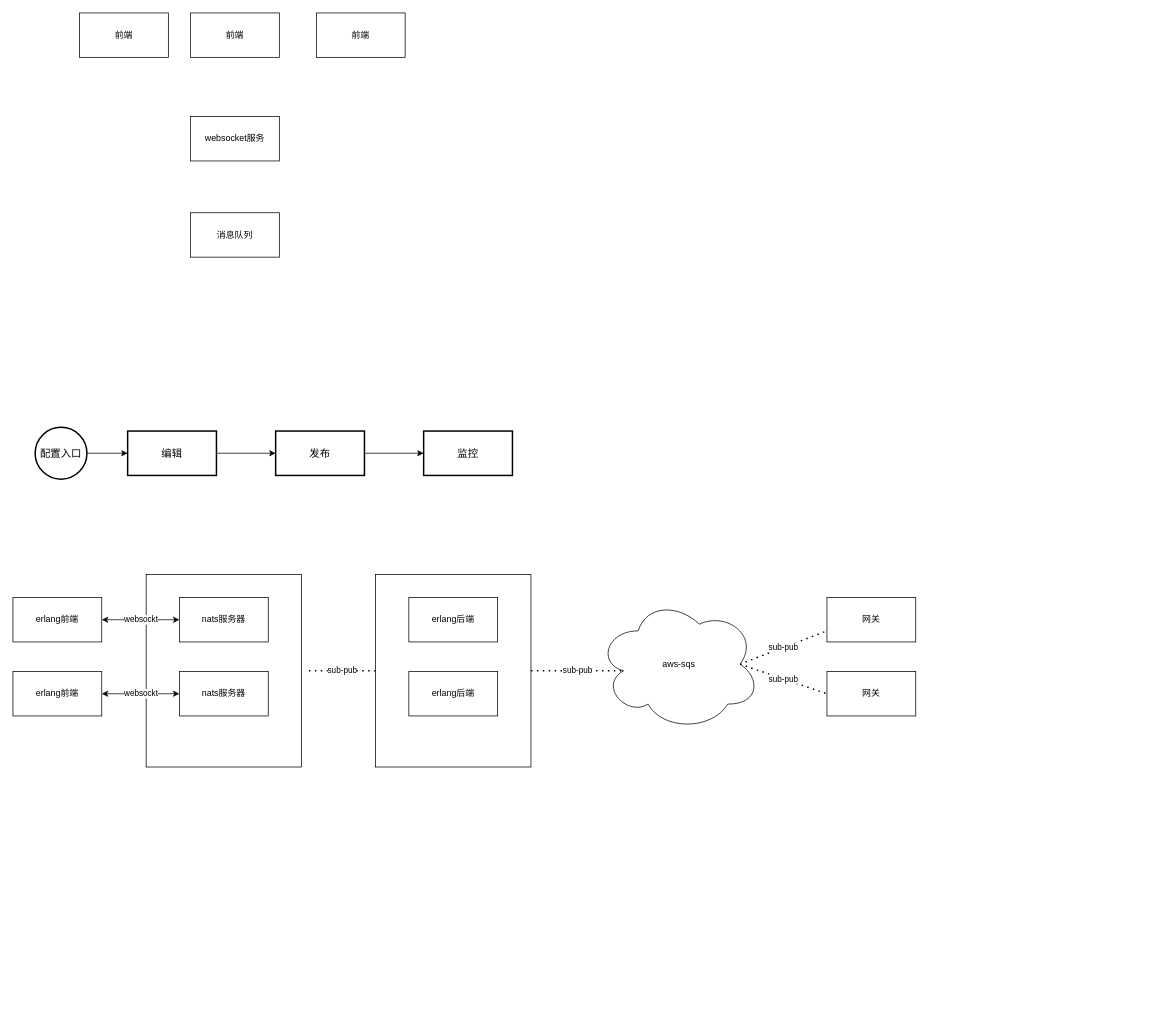
Earlier version of the draw.io diagram Untitled Diagram.drawio (huhailong147/Test). Source tidied: cells renumbered, new cells numbered last; positions are measured from the earlier drawing's top-left corner, leaving out a move shared by most shapes. Both pictures are drawn from the tidied source at 74%, with x=0, y=0 at pixel (13, 13).
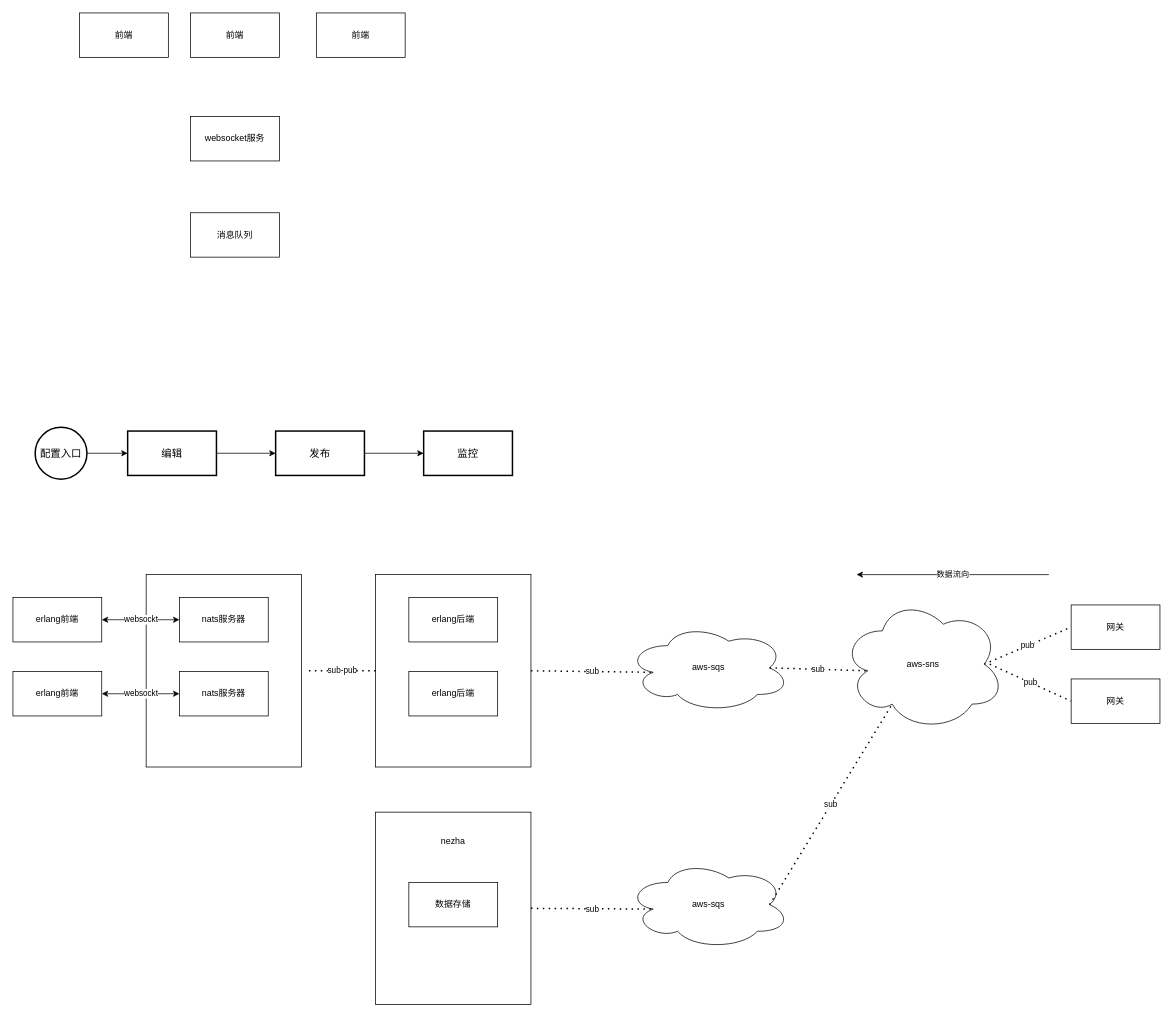
The same diagram, later.

Unchanged cells that the change refers to:
```xml
<mxCell id="21" style="rounded=0;whiteSpace=wrap;html=1;" parent="1" vertex="1">
  <mxGeometry x="490" y="759" width="210" height="260" as="geometry" />
</mxCell>
```

Diff of the diagram source:
```diff
@@
-    <mxCell id="25" value="sub-pub" style="endArrow=none;dashed=1;html=1;dashPattern=1 3;strokeWidth=2;exitX=1;exitY=0.5;exitDx=0;exitDy=0;entryX=0.16;entryY=0.55;entryDx=0;entryDy=0;entryPerimeter=0;" parent="1" edge="1" source="21" target="30">
+    <mxCell id="25" value="sub" style="endArrow=none;dashed=1;html=1;dashPattern=1 3;strokeWidth=2;exitX=1;exitY=0.5;exitDx=0;exitDy=0;entryX=0.16;entryY=0.55;entryDx=0;entryDy=0;entryPerimeter=0;" parent="1" edge="1" source="21" target="30">
       <mxGeometry relative="1" as="geometry" />
     </mxCell>
     <mxCell id="26" value="网关" style="rounded=0;whiteSpace=wrap;html=1;" parent="1" vertex="1">
-      <mxGeometry x="1100" y="790" width="120" height="60" as="geometry" />
+      <mxGeometry x="1430" y="800" width="120" height="60" as="geometry" />
     </mxCell>
-    <mxCell id="27" value="sub-pub" style="endArrow=none;dashed=1;html=1;dashPattern=1 3;strokeWidth=2;entryX=0;entryY=0.75;entryDx=0;entryDy=0;exitX=0.875;exitY=0.5;exitDx=0;exitDy=0;exitPerimeter=0;" parent="1" edge="1" source="30" target="26">
-      <mxGeometry relative="1" as="geometry" />
-    </mxCell>
     <mxCell id="28" value="网关" style="rounded=0;whiteSpace=wrap;html=1;" parent="1" vertex="1">
-      <mxGeometry x="1100" y="890" width="120" height="60" as="geometry" />
+      <mxGeometry x="1430" y="900" width="120" height="60" as="geometry" />
     </mxCell>
-    <mxCell id="29" value="sub-pub" style="endArrow=none;dashed=1;html=1;dashPattern=1 3;strokeWidth=2;entryX=0;entryY=0.5;entryDx=0;entryDy=0;exitX=0.875;exitY=0.5;exitDx=0;exitDy=0;exitPerimeter=0;" parent="1" edge="1" source="30" target="28">
-      <mxGeometry relative="1" as="geometry" />
-    </mxCell>
     <mxCell id="30" value="aws-sqs" style="ellipse;shape=cloud;whiteSpace=wrap;html=1;" parent="1" vertex="1">
-      <mxGeometry x="790" y="790" width="220" height="180" as="geometry" />
+      <mxGeometry x="830" y="825" width="220" height="120" as="geometry" />
     </mxCell>
+    <mxCell id="31" value="aws-sns" style="ellipse;shape=cloud;whiteSpace=wrap;html=1;" parent="1" vertex="1">
+      <mxGeometry x="1120" y="790" width="220" height="180" as="geometry" />
+    </mxCell>
+    <mxCell id="32" value="pub" style="endArrow=none;dashed=1;html=1;dashPattern=1 3;strokeWidth=2;entryX=0;entryY=0.5;entryDx=0;entryDy=0;exitX=0.875;exitY=0.5;exitDx=0;exitDy=0;exitPerimeter=0;" parent="1" edge="1" source="31" target="26">
+      <mxGeometry relative="1" as="geometry" />
+    </mxCell>
+    <mxCell id="33" value="pub" style="endArrow=none;dashed=1;html=1;dashPattern=1 3;strokeWidth=2;entryX=0;entryY=0.5;entryDx=0;entryDy=0;" parent="1" edge="1" target="28">
+      <mxGeometry relative="1" as="geometry">
+        <mxPoint x="1320" y="880" as="sourcePoint" />
+      </mxGeometry>
+    </mxCell>
+    <mxCell id="34" value="sub" style="endArrow=none;dashed=1;html=1;dashPattern=1 3;strokeWidth=2;entryX=0.16;entryY=0.55;entryDx=0;entryDy=0;exitX=0.875;exitY=0.5;exitDx=0;exitDy=0;exitPerimeter=0;entryPerimeter=0;" parent="1" edge="1" source="30" target="31">
+      <mxGeometry relative="1" as="geometry" />
+    </mxCell>
+    <mxCell id="35" value="数据流向" style="endArrow=classic;html=1;" parent="1" edge="1">
+      <mxGeometry relative="1" as="geometry">
+        <mxPoint x="1400" y="759" as="sourcePoint" />
+        <mxPoint x="1140" y="759" as="targetPoint" />
+      </mxGeometry>
+    </mxCell>
+    <mxCell id="36" value="aws-sqs" style="ellipse;shape=cloud;whiteSpace=wrap;html=1;" parent="1" vertex="1">
+      <mxGeometry x="830" y="1145" width="220" height="120" as="geometry" />
+    </mxCell>
+    <mxCell id="37" value="sub" style="endArrow=none;dashed=1;html=1;dashPattern=1 3;strokeWidth=2;entryX=0.31;entryY=0.8;entryDx=0;entryDy=0;exitX=0.875;exitY=0.5;exitDx=0;exitDy=0;exitPerimeter=0;entryPerimeter=0;" parent="1" edge="1" source="36" target="31">
+      <mxGeometry relative="1" as="geometry" />
+    </mxCell>
+    <mxCell id="38" style="rounded=0;whiteSpace=wrap;html=1;" parent="1" vertex="1">
+      <mxGeometry x="490" y="1080" width="210" height="260" as="geometry" />
+    </mxCell>
+    <mxCell id="39" value="数据存储" style="rounded=0;whiteSpace=wrap;html=1;" parent="1" vertex="1">
+      <mxGeometry x="535" y="1175" width="120" height="60" as="geometry" />
+    </mxCell>
+    <mxCell id="40" value="nezha" style="text;html=1;strokeColor=none;fillColor=none;align=center;verticalAlign=middle;whiteSpace=wrap;rounded=0;" parent="1" vertex="1">
+      <mxGeometry x="575" y="1110" width="40" height="20" as="geometry" />
+    </mxCell>
+    <mxCell id="41" value="sub" style="endArrow=none;dashed=1;html=1;dashPattern=1 3;strokeWidth=2;exitX=1;exitY=0.5;exitDx=0;exitDy=0;entryX=0.16;entryY=0.55;entryDx=0;entryDy=0;entryPerimeter=0;" parent="1" edge="1" source="38" target="36">
+      <mxGeometry relative="1" as="geometry" />
+    </mxCell>
```
